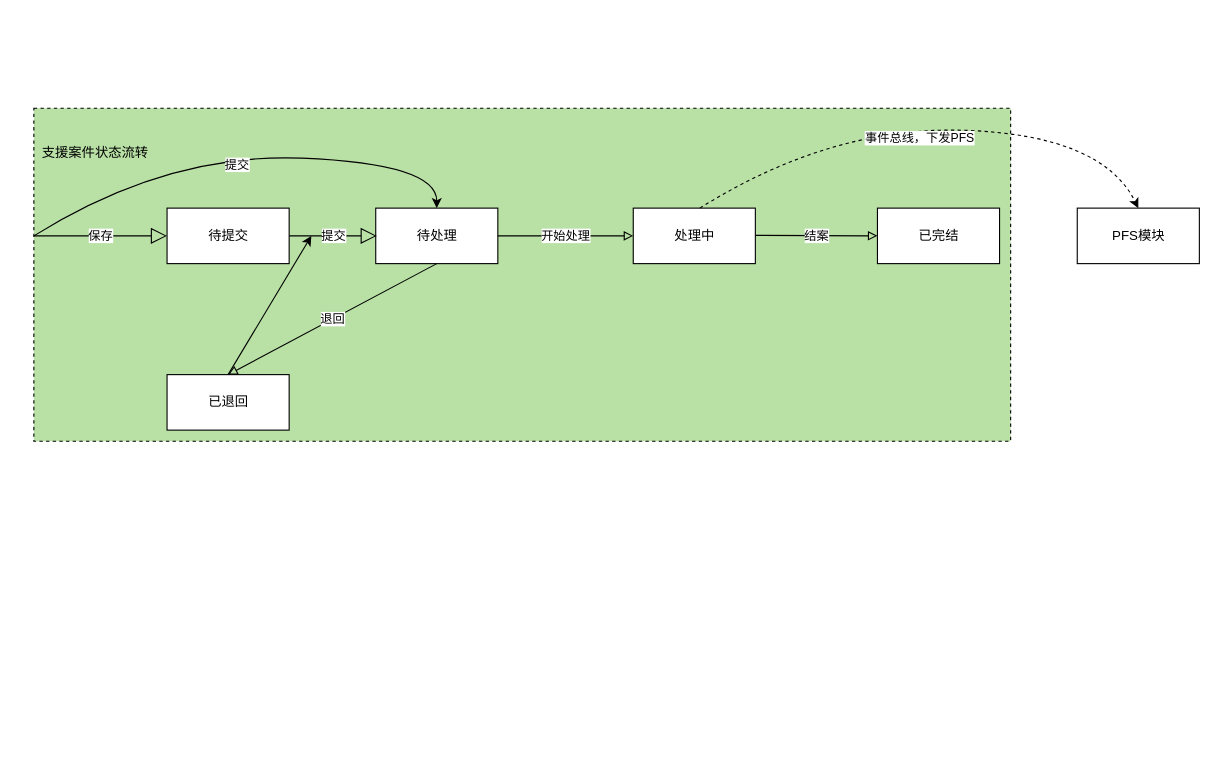
Before: page "支援事件" (6 of 21) of images/支援案件时序图.drawio in 1132489442/designer, a draw.io diagram. Source tidied: cells renumbered, new cells numbered last; positions are measured from the earlier drawing's top-left corner, leaving out a move shared by most shapes. Both pictures are drawn from the tidied source at 111%, with x=0, y=0 at pixel (33, 108).
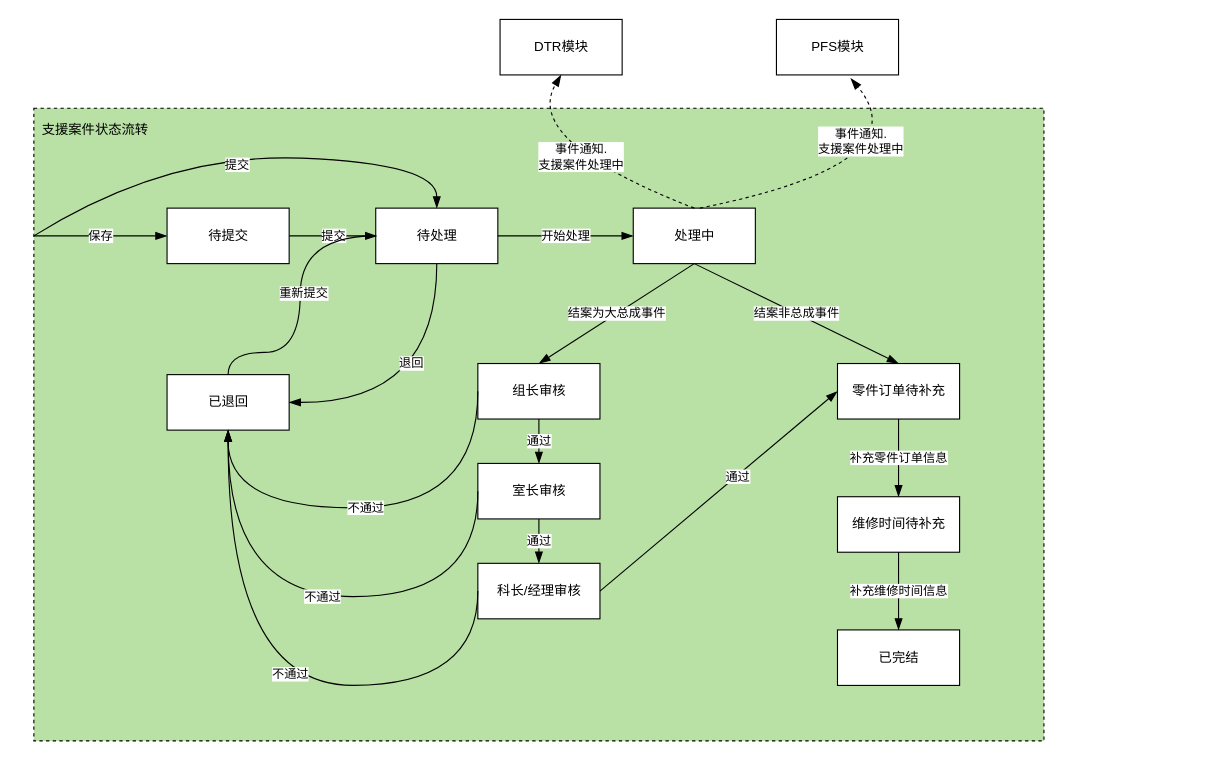
The same diagram, later.

The change refers to these unchanged cells:
```xml
<mxCell id="3" value="待处理" style="html=1;" parent="1" vertex="1">
  <mxGeometry x="308" y="90" width="110" height="50" as="geometry" />
</mxCell>
<mxCell id="4" value="处理中" style="html=1;" parent="1" vertex="1">
  <mxGeometry x="540" y="90" width="110" height="50" as="geometry" />
</mxCell>
<mxCell id="10" value="已退回" style="html=1;" parent="1" vertex="1">
  <mxGeometry x="120" y="240" width="110" height="50" as="geometry" />
</mxCell>
```

What changed in the source:
```diff
@@
     <mxCell id="2" style="rounded=0;whiteSpace=wrap;html=1;dashed=1;fillColor=#B9E0A5;" parent="1" vertex="1">
-      <mxGeometry width="880" height="300" as="geometry" />
+      <mxGeometry width="910" height="570" as="geometry" />
     </mxCell>
@@
-    <mxCell id="5" value="保存" style="endArrow=block;endFill=0;endSize=12;html=1;rounded=0;exitX=1;exitY=0.5;exitDx=0;exitDy=0;" parent="1" edge="1">
+    <mxCell id="5" value="保存" style="endArrow=blockThin;endFill=1;endSize=8;html=1;rounded=0;exitX=1;exitY=0.5;exitDx=0;exitDy=0;" parent="1" edge="1">
       <mxGeometry relative="1" as="geometry">
         <mxPoint y="115" as="sourcePoint" />
         <mxPoint x="120" y="115" as="targetPoint" />
       </mxGeometry>
     </mxCell>
-    <mxCell id="6" value="开始处理" style="endArrow=block;endFill=0;html=1;rounded=0;entryX=0;entryY=0.5;entryDx=0;entryDy=0;exitX=1;exitY=0.5;exitDx=0;exitDy=0;" parent="1" edge="1" source="3" target="4">
+    <mxCell id="6" value="开始处理" style="endArrow=blockThin;endFill=1;html=1;rounded=0;entryX=0;entryY=0.5;entryDx=0;entryDy=0;exitX=1;exitY=0.5;exitDx=0;exitDy=0;endSize=8;" parent="1" edge="1" source="3" target="4">
       <mxGeometry relative="1" as="geometry" />
     </mxCell>
     <mxCell id="7" value="&lt;span&gt;已完结&lt;/span&gt;" style="html=1;" parent="1" vertex="1">
-      <mxGeometry x="760" y="90" width="110" height="50" as="geometry" />
+      <mxGeometry x="724" y="470" width="110" height="50" as="geometry" />
     </mxCell>
-    <mxCell id="8" value="结案" style="endArrow=block;endFill=0;html=1;rounded=0;exitX=1;exitY=0.5;exitDx=0;exitDy=0;" parent="1" edge="1">
-      <mxGeometry relative="1" as="geometry">
-        <mxPoint x="650" y="114.5" as="sourcePoint" />
-        <mxPoint x="760" y="115" as="targetPoint" />
-      </mxGeometry>
+    <mxCell id="8" value="结案为大总成事件" style="endArrow=blockThin;endFill=1;html=1;rounded=0;exitX=0.5;exitY=1;exitDx=0;exitDy=0;endSize=8;entryX=0.5;entryY=0;entryDx=0;entryDy=0;" parent="1" edge="1" source="4" target="24">
+      <mxGeometry relative="1" as="geometry" />
     </mxCell>
     <mxCell id="9" value="支援案件状态流转" style="text;html=1;align=center;verticalAlign=middle;strokeColor=none;fillColor=none;" parent="1" vertex="1">
-      <mxGeometry y="30" width="110" height="20" as="geometry" />
+      <mxGeometry y="10" width="110" height="20" as="geometry" />
     </mxCell>
@@
-    <mxCell id="11" value="退回" style="endArrow=block;endFill=0;html=1;rounded=0;exitX=0.5;exitY=1;exitDx=0;exitDy=0;entryX=0.5;entryY=0;entryDx=0;entryDy=0;" parent="1" edge="1" source="3" target="10">
-      <mxGeometry relative="1" as="geometry" />
+    <mxCell id="11" value="退回" style="endArrow=blockThin;endFill=1;html=1;rounded=0;exitX=0.5;exitY=1;exitDx=0;exitDy=0;entryX=1;entryY=0.5;entryDx=0;entryDy=0;endSize=8;edgeStyle=orthogonalEdgeStyle;curved=1;" parent="1" edge="1" source="3" target="10">
+      <mxGeometry x="-0.3" y="-23" relative="1" as="geometry" />
     </mxCell>
@@
-    <mxCell id="13" value="提交" style="endArrow=block;endFill=0;endSize=12;html=1;rounded=0;" parent="1" edge="1">
+    <mxCell id="13" value="提交" style="endArrow=blockThin;endFill=1;endSize=8;html=1;rounded=0;" parent="1" edge="1">
       <mxGeometry x="0.01" relative="1" as="geometry">
         <mxPoint x="230" y="115" as="sourcePoint" />
         <mxPoint x="309" y="115" as="targetPoint" />
       </mxGeometry>
     </mxCell>
-    <mxCell id="14" style="curved=1;endArrow=classic;html=1;rounded=0;entryX=0.5;entryY=0;entryDx=0;entryDy=0;" parent="1" edge="1" target="3">
+    <mxCell id="14" style="curved=1;endArrow=blockThin;html=1;rounded=0;entryX=0.5;entryY=0;entryDx=0;entryDy=0;endFill=1;endSize=8;" parent="1" edge="1" target="3">
       <mxGeometry relative="1" as="geometry">
         <mxPoint y="115" as="sourcePoint" />
         <Array as="points">
           <mxPoint x="120" y="40" />
           <mxPoint x="363" y="50" />
         </Array>
       </mxGeometry>
     </mxCell>
@@
-    <mxCell id="16" style="endArrow=classic;html=1;rounded=0;" parent="1" edge="1">
+    <mxCell id="16" style="endArrow=none;html=1;rounded=0;endFill=0;endSize=8;entryX=0;entryY=0.5;entryDx=0;entryDy=0;edgeStyle=orthogonalEdgeStyle;curved=1;exitX=0.5;exitY=0;exitDx=0;exitDy=0;" parent="1" edge="1" source="10" target="3">
       <mxGeometry relative="1" as="geometry">
-        <mxPoint x="175" y="240" as="sourcePoint" />
-        <mxPoint x="250" y="115" as="targetPoint" />
+        <Array as="points">
+          <mxPoint x="175" y="220" />
+          <mxPoint x="240" y="220" />
+          <mxPoint x="240" y="115" />
+        </Array>
       </mxGeometry>
     </mxCell>
+    <mxCell id="20" value="重新提交" style="edgeLabel;html=1;align=center;verticalAlign=middle;" parent="16" vertex="1">
+      <mxGeometry x="0.08" y="-2" relative="1" as="geometry" />
+    </mxCell>
     <mxCell id="17" value="PFS模块" style="html=1;" parent="1" vertex="1">
-      <mxGeometry x="940" y="90" width="110" height="50" as="geometry" />
+      <mxGeometry x="669" y="-80" width="110" height="50" as="geometry" />
     </mxCell>
-    <mxCell id="18" style="curved=1;endArrow=classic;html=1;rounded=0;entryX=0.5;entryY=0;entryDx=0;entryDy=0;dashed=1;" parent="1" edge="1" target="17">
+    <mxCell id="18" style="curved=1;endArrow=blockThin;html=1;rounded=0;entryX=0.608;entryY=1.061;entryDx=0;entryDy=0;dashed=1;endFill=1;endSize=8;entryPerimeter=0;" parent="1" edge="1" target="17">
       <mxGeometry relative="1" as="geometry">
         <mxPoint x="600" y="90" as="sourcePoint" />
         <Array as="points">
-          <mxPoint x="720" y="15" />
-          <mxPoint x="963" y="25" />
+          <mxPoint x="800" y="50" />
         </Array>
       </mxGeometry>
     </mxCell>
-    <mxCell id="19" value="事件总线，下发PFS" style="edgeLabel;html=1;align=center;verticalAlign=middle;" parent="18" vertex="1">
+    <mxCell id="19" value="事件通知.&lt;br&gt;支援案件处理中" style="edgeLabel;html=1;align=center;verticalAlign=middle;" parent="18" vertex="1">
       <mxGeometry x="-0.04" y="-7" relative="1" as="geometry">
-        <mxPoint y="1" as="offset" />
+        <mxPoint y="-39" as="offset" />
       </mxGeometry>
     </mxCell>
+    <mxCell id="21" value="DTR模块" style="html=1;" parent="1" vertex="1">
+      <mxGeometry x="420" y="-80" width="110" height="50" as="geometry" />
+    </mxCell>
+    <mxCell id="22" style="curved=1;endArrow=blockThin;html=1;rounded=0;entryX=0.5;entryY=1;entryDx=0;entryDy=0;dashed=1;endFill=1;endSize=8;exitX=0.5;exitY=0;exitDx=0;exitDy=0;" parent="1" edge="1" source="4" target="21">
+      <mxGeometry relative="1" as="geometry">
+        <Array as="points">
+          <mxPoint x="440" y="30" />
+        </Array>
+      </mxGeometry>
+    </mxCell>
+    <mxCell id="23" value="事件通知.&lt;br&gt;支援案件处理中" style="edgeLabel;html=1;align=center;verticalAlign=middle;" parent="22" vertex="1">
+      <mxGeometry x="-0.04" y="-7" relative="1" as="geometry">
+        <mxPoint y="1" as="offset" />
+      </mxGeometry>
+    </mxCell>
+    <mxCell id="24" value="&lt;span&gt;组长审核&lt;/span&gt;" style="html=1;" parent="1" vertex="1">
+      <mxGeometry x="400" y="230" width="110" height="50" as="geometry" />
+    </mxCell>
+    <mxCell id="25" value="&lt;span&gt;室长审核&lt;/span&gt;" style="html=1;" parent="1" vertex="1">
+      <mxGeometry x="400" y="320" width="110" height="50" as="geometry" />
+    </mxCell>
+    <mxCell id="26" style="rounded=0;jettySize=auto;html=1;exitX=1;exitY=0.5;exitDx=0;exitDy=0;entryX=0;entryY=0.5;entryDx=0;entryDy=0;endArrow=blockThin;endFill=1;endSize=8;" parent="1" edge="1" source="28" target="31">
+      <mxGeometry relative="1" as="geometry" />
+    </mxCell>
+    <mxCell id="27" value="通过" style="edgeLabel;html=1;align=center;verticalAlign=middle;" parent="26" vertex="1">
+      <mxGeometry x="0.71" y="-1" relative="1" as="geometry">
+        <mxPoint x="-60" y="50" as="offset" />
+      </mxGeometry>
+    </mxCell>
+    <mxCell id="28" value="&lt;span&gt;科长/经理审核&lt;/span&gt;" style="html=1;" parent="1" vertex="1">
+      <mxGeometry x="400" y="410" width="110" height="50" as="geometry" />
+    </mxCell>
+    <mxCell id="29" value="通过" style="endArrow=blockThin;endFill=1;html=1;rounded=0;exitX=0.5;exitY=1;exitDx=0;exitDy=0;endSize=8;entryX=0.5;entryY=0;entryDx=0;entryDy=0;" parent="1" edge="1" source="24" target="25">
+      <mxGeometry relative="1" as="geometry" />
+    </mxCell>
+    <mxCell id="30" value="通过" style="endArrow=blockThin;endFill=1;html=1;rounded=0;exitX=0.5;exitY=1;exitDx=0;exitDy=0;endSize=8;entryX=0.5;entryY=0;entryDx=0;entryDy=0;" parent="1" edge="1">
+      <mxGeometry relative="1" as="geometry">
+        <mxPoint x="455" y="370" as="sourcePoint" />
+        <mxPoint x="455" y="410" as="targetPoint" />
+      </mxGeometry>
+    </mxCell>
+    <mxCell id="31" value="&lt;span&gt;零件订单待补充&lt;/span&gt;" style="html=1;" parent="1" vertex="1">
+      <mxGeometry x="724" y="230" width="110" height="50" as="geometry" />
+    </mxCell>
+    <mxCell id="32" value="&lt;span&gt;维修时间待补充&lt;/span&gt;" style="html=1;" parent="1" vertex="1">
+      <mxGeometry x="724" y="350" width="110" height="50" as="geometry" />
+    </mxCell>
+    <mxCell id="33" value="结案非总成事件" style="endArrow=blockThin;endFill=1;html=1;rounded=0;endSize=8;entryX=0.5;entryY=0;entryDx=0;entryDy=0;exitX=0.5;exitY=1;exitDx=0;exitDy=0;" parent="1" edge="1" source="4" target="31">
+      <mxGeometry relative="1" as="geometry" />
+    </mxCell>
+    <mxCell id="34" value="补充零件订单信息" style="endArrow=blockThin;endFill=1;html=1;rounded=0;endSize=8;exitX=0.5;exitY=1;exitDx=0;exitDy=0;" parent="1" edge="1">
+      <mxGeometry relative="1" as="geometry">
+        <mxPoint x="779" y="280" as="sourcePoint" />
+        <mxPoint x="779" y="350" as="targetPoint" />
+      </mxGeometry>
+    </mxCell>
+    <mxCell id="35" value="补充维修时间信息" style="endArrow=blockThin;endFill=1;html=1;rounded=0;endSize=8;entryX=0.5;entryY=0;entryDx=0;entryDy=0;exitX=0.5;exitY=1;exitDx=0;exitDy=0;" parent="1" edge="1" source="32">
+      <mxGeometry relative="1" as="geometry">
+        <mxPoint x="779" y="470" as="targetPoint" />
+      </mxGeometry>
+    </mxCell>
+    <mxCell id="36" value="不通过" style="endArrow=blockThin;endFill=1;html=1;rounded=0;exitX=0;exitY=0.5;exitDx=0;exitDy=0;entryX=0.5;entryY=1;entryDx=0;entryDy=0;endSize=8;edgeStyle=orthogonalEdgeStyle;curved=1;" parent="1" edge="1" source="24" target="10">
+      <mxGeometry x="0.03" relative="1" as="geometry">
+        <Array as="points">
+          <mxPoint x="400" y="360" />
+          <mxPoint x="175" y="360" />
+        </Array>
+      </mxGeometry>
+    </mxCell>
+    <mxCell id="37" value="不通过" style="endArrow=blockThin;endFill=1;html=1;rounded=0;exitX=0;exitY=0.5;exitDx=0;exitDy=0;entryX=0.5;entryY=1;entryDx=0;entryDy=0;endSize=8;edgeStyle=orthogonalEdgeStyle;curved=1;" parent="1" edge="1" source="25" target="10">
+      <mxGeometry relative="1" as="geometry">
+        <Array as="points">
+          <mxPoint x="400" y="440" />
+          <mxPoint x="175" y="440" />
+        </Array>
+      </mxGeometry>
+    </mxCell>
+    <mxCell id="38" value="不通过" style="endArrow=blockThin;endFill=1;html=1;rounded=0;exitX=0;exitY=0.5;exitDx=0;exitDy=0;entryX=0.5;entryY=1;entryDx=0;entryDy=0;endSize=8;edgeStyle=orthogonalEdgeStyle;curved=1;" parent="1" edge="1">
+      <mxGeometry x="-0.06" y="-10" relative="1" as="geometry">
+        <mxPoint x="400" y="435" as="sourcePoint" />
+        <mxPoint x="175" y="290" as="targetPoint" />
+        <Array as="points">
+          <mxPoint x="400" y="520" />
+          <mxPoint x="175" y="520" />
+        </Array>
+      </mxGeometry>
+    </mxCell>
```
